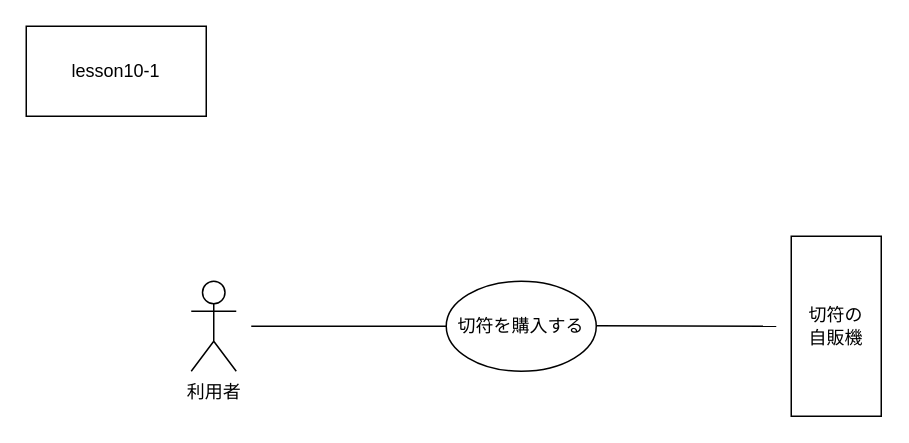
Above: lesson10/10-1.drawio in hirutashougo/UML_introduction (draw.io), before the change. Source tidied: cells renumbered, new cells numbered last; positions are measured from the earlier drawing's top-left corner, leaving out a move shared by most shapes. Both pictures are drawn from the tidied source at 150%, with x=0, y=0 at pixel (26, 26).
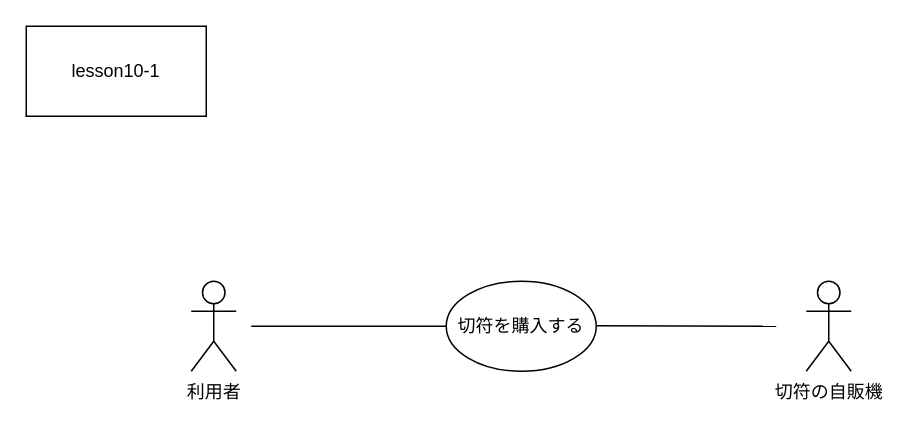
Above is the later version.

Diff of the diagram source:
```diff
@@
 <mxGraphModel>
   <root>
     <mxCell id="0" />
     <mxCell id="1" parent="0" />
     <mxCell id="2" value="lesson10-1" style="rounded=0;whiteSpace=wrap;html=1;" parent="1" vertex="1">
       <mxGeometry width="120" height="60" as="geometry" />
     </mxCell>
     <mxCell id="3" value="利用者" style="shape=umlActor;verticalLabelPosition=bottom;verticalAlign=top;html=1;" parent="1" vertex="1">
       <mxGeometry x="110" y="170" width="30" height="60" as="geometry" />
     </mxCell>
-    <mxCell id="4" value="切符の&lt;br&gt;自販機" style="rounded=0;whiteSpace=wrap;html=1;" parent="1" vertex="1">
-      <mxGeometry x="510" y="140" width="60" height="120" as="geometry" />
-    </mxCell>
     <mxCell id="5" value="切符を購入する" style="ellipse;whiteSpace=wrap;html=1;" parent="1" vertex="1">
       <mxGeometry x="280" y="170" width="100" height="60" as="geometry" />
     </mxCell>
     <mxCell id="6" style="endArrow=none;html=1;rounded=0;entryX=0;entryY=0.5;entryDx=0;entryDy=0;" parent="1" edge="1" target="5">
       <mxGeometry relative="1" as="geometry">
         <mxPoint x="150" y="200" as="sourcePoint" />
       </mxGeometry>
     </mxCell>
     <mxCell id="7" style="endArrow=none;html=1;rounded=0;" parent="1" edge="1">
       <mxGeometry relative="1" as="geometry">
         <mxPoint x="380" y="199.7" as="sourcePoint" />
         <mxPoint x="500" y="200" as="targetPoint" />
       </mxGeometry>
     </mxCell>
+    <mxCell id="8" value="切符の自販機" style="shape=umlActor;verticalLabelPosition=bottom;verticalAlign=top;html=1;" parent="1" vertex="1">
+      <mxGeometry x="520" y="170" width="30" height="60" as="geometry" />
+    </mxCell>
   </root>
 </mxGraphModel>
```
